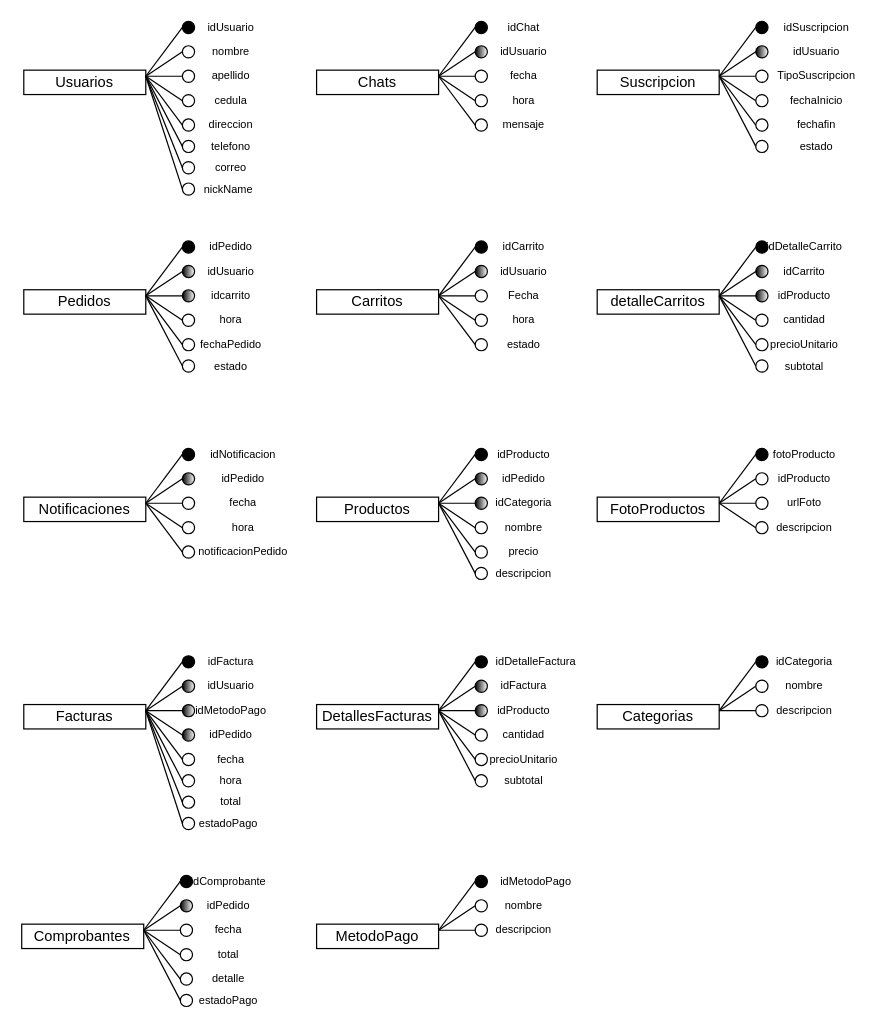
Earlier version of the draw.io diagram BD/merKamiapp.drawio (DarkJ-18/DiagramaClasesKamiapp). Source tidied: cells renumbered, new cells numbered last; positions are measured from the earlier drawing's top-left corner, leaving out a move shared by most shapes. Both pictures are drawn from the tidied source at 122%, with x=0, y=0 at pixel (21, 21).
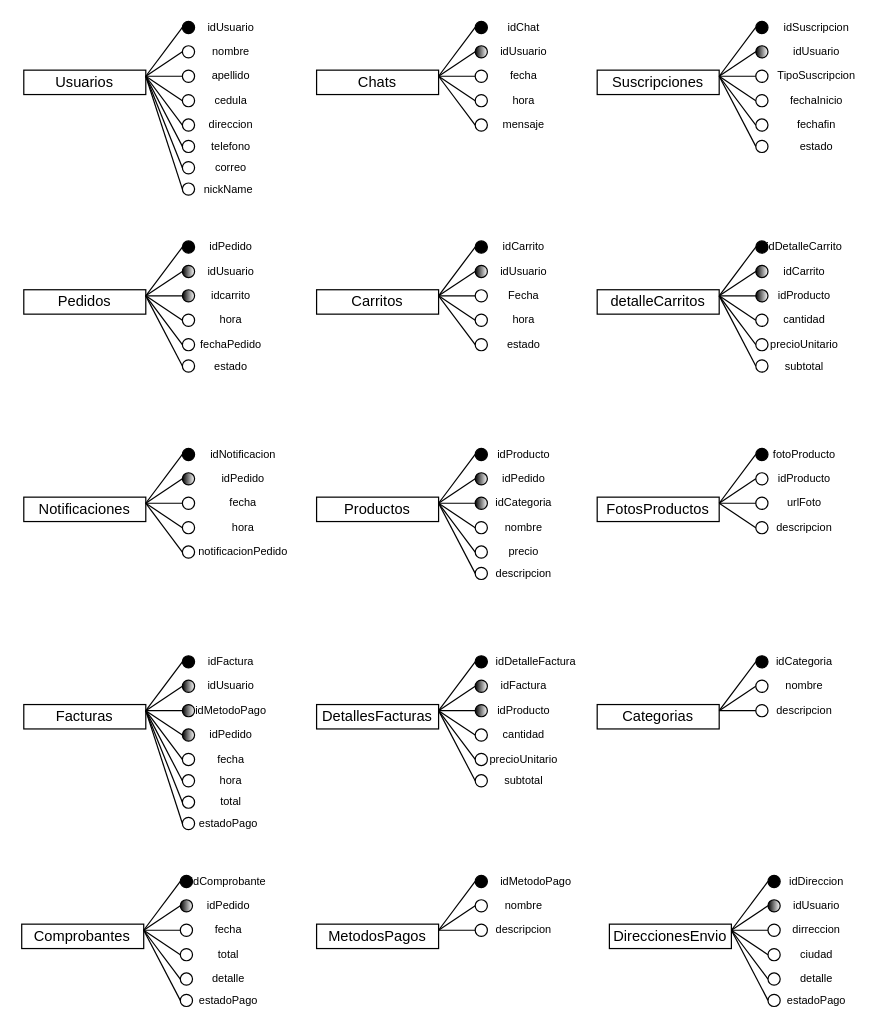
After the change.

Commit message (it also covers changes not shown here):
Actualizar nombres de campos en tabla DireccionesEnvio

Diff of the diagram source:
```diff
@@
-    <mxCell id="45" value="Suscripcion" style="whiteSpace=wrap;html=1;align=center;fillStyle=auto;strokeColor=#000000;fillColor=none;gradientColor=none;gradientDirection=south;" parent="1" vertex="1">
+    <mxCell id="45" value="Suscripciones" style="whiteSpace=wrap;html=1;align=center;fillStyle=auto;strokeColor=#000000;fillColor=none;gradientColor=none;gradientDirection=south;" parent="1" vertex="1">
       <mxGeometry x="472" y="40" width="100" height="20" as="geometry" />
     </mxCell>
@@
-    <mxCell id="159" value="FotoProductos" style="whiteSpace=wrap;html=1;align=center;fillStyle=auto;strokeColor=#000000;fillColor=none;gradientColor=none;gradientDirection=south;" parent="1" vertex="1">
+    <mxCell id="159" value="FotosProductos" style="whiteSpace=wrap;html=1;align=center;fillStyle=auto;strokeColor=#000000;fillColor=none;gradientColor=none;gradientDirection=south;" parent="1" vertex="1">
       <mxGeometry x="472" y="390" width="100" height="20" as="geometry" />
     </mxCell>
@@
-    <mxCell id="249" value="MetodoPago" style="whiteSpace=wrap;html=1;align=center;fillStyle=auto;strokeColor=#000000;fillColor=none;gradientColor=none;gradientDirection=south;" parent="1" vertex="1">
+    <mxCell id="249" value="MetodosPagos" style="whiteSpace=wrap;html=1;align=center;fillStyle=auto;strokeColor=#000000;fillColor=none;gradientColor=none;gradientDirection=south;" parent="1" vertex="1">
       <mxGeometry x="242" y="740" width="100" height="20" as="geometry" />
     </mxCell>
@@
+    <mxCell id="261" value="DireccionesEnvio" style="whiteSpace=wrap;html=1;align=center;fillStyle=auto;strokeColor=#000000;fillColor=none;gradientColor=none;gradientDirection=south;" parent="1" vertex="1">
+      <mxGeometry x="482" y="740" width="100" height="20" as="geometry" />
+    </mxCell>
+    <mxCell id="262" style="edgeStyle=none;html=1;exitX=0;exitY=1;exitDx=0;exitDy=0;strokeColor=#000000;fontSize=9;" parent="1" edge="1" source="263">
+      <mxGeometry relative="1" as="geometry">
+        <mxPoint x="613.3" y="708.7" as="targetPoint" />
+      </mxGeometry>
+    </mxCell>
+    <mxCell id="263" style="ellipse;whiteSpace=wrap;html=1;fillStyle=auto;gradientDirection=south;strokeColor=#000000;fillColor=#000000;" parent="1" vertex="1">
+      <mxGeometry x="612" y="700" width="10" height="10" as="geometry" />
+    </mxCell>
+    <mxCell id="264" style="endArrow=none;html=1;rounded=0;exitX=1;exitY=0.25;exitDx=0;exitDy=0;entryX=0;entryY=0.5;entryDx=0;entryDy=0;strokeColor=#000000;" parent="1" edge="1" source="261" target="263">
+      <mxGeometry relative="1" as="geometry" />
+    </mxCell>
+    <mxCell id="265" style="ellipse;whiteSpace=wrap;html=1;fillStyle=auto;gradientDirection=west;strokeColor=#000000;fillColor=default;gradientColor=default;" parent="1" vertex="1">
+      <mxGeometry x="612" y="720" width="10" height="10" as="geometry" />
+    </mxCell>
+    <mxCell id="266" style="endArrow=none;html=1;rounded=0;exitX=1;exitY=0.25;exitDx=0;exitDy=0;entryX=0;entryY=0.5;entryDx=0;entryDy=0;strokeColor=#000000;" parent="1" edge="1" source="261" target="265">
+      <mxGeometry relative="1" as="geometry" />
+    </mxCell>
+    <mxCell id="267" style="ellipse;whiteSpace=wrap;html=1;fillStyle=auto;gradientDirection=south;strokeColor=#000000;fillColor=none;" parent="1" vertex="1">
+      <mxGeometry x="612" y="740" width="10" height="10" as="geometry" />
+    </mxCell>
+    <mxCell id="268" style="endArrow=none;html=1;rounded=0;exitX=1;exitY=0.25;exitDx=0;exitDy=0;entryX=0;entryY=0.5;entryDx=0;entryDy=0;strokeColor=#000000;" parent="1" edge="1" source="261" target="267">
+      <mxGeometry relative="1" as="geometry" />
+    </mxCell>
+    <mxCell id="269" style="ellipse;whiteSpace=wrap;html=1;fillStyle=auto;gradientDirection=south;strokeColor=#000000;fillColor=none;" parent="1" vertex="1">
+      <mxGeometry x="612" y="760" width="10" height="10" as="geometry" />
+    </mxCell>
+    <mxCell id="270" style="endArrow=none;html=1;rounded=0;exitX=1;exitY=0.25;exitDx=0;exitDy=0;entryX=0;entryY=0.5;entryDx=0;entryDy=0;strokeColor=#000000;" parent="1" edge="1" source="261" target="269">
+      <mxGeometry relative="1" as="geometry" />
+    </mxCell>
+    <mxCell id="271" style="ellipse;whiteSpace=wrap;html=1;fillStyle=auto;gradientDirection=south;strokeColor=#000000;fillColor=none;" parent="1" vertex="1">
+      <mxGeometry x="612" y="780" width="10" height="10" as="geometry" />
+    </mxCell>
+    <mxCell id="272" style="endArrow=none;html=1;rounded=0;exitX=1;exitY=0.25;exitDx=0;exitDy=0;entryX=0;entryY=0.5;entryDx=0;entryDy=0;strokeColor=#000000;" parent="1" edge="1" source="261" target="271">
+      <mxGeometry relative="1" as="geometry" />
+    </mxCell>
+    <mxCell id="273" value="idDireccion" style="text;html=1;strokeColor=none;fillColor=none;align=center;verticalAlign=middle;whiteSpace=wrap;rounded=0;fillStyle=auto;strokeWidth=1;fontSize=9;" parent="1" vertex="1">
+      <mxGeometry x="622" y="700" width="60" height="10" as="geometry" />
+    </mxCell>
+    <mxCell id="274" value="idUsuario" style="text;html=1;strokeColor=none;fillColor=none;align=center;verticalAlign=middle;whiteSpace=wrap;rounded=0;fillStyle=auto;strokeWidth=1;fontSize=9;" parent="1" vertex="1">
+      <mxGeometry x="622" y="720" width="60" height="10" as="geometry" />
+    </mxCell>
+    <mxCell id="275" value="dirreccion" style="text;html=1;strokeColor=none;fillColor=none;align=center;verticalAlign=middle;whiteSpace=wrap;rounded=0;fillStyle=auto;strokeWidth=1;fontSize=9;" parent="1" vertex="1">
+      <mxGeometry x="622" y="740" width="60" height="10" as="geometry" />
+    </mxCell>
+    <mxCell id="276" value="ciudad" style="text;html=1;strokeColor=none;fillColor=none;align=center;verticalAlign=middle;whiteSpace=wrap;rounded=0;fillStyle=auto;strokeWidth=1;fontSize=9;" parent="1" vertex="1">
+      <mxGeometry x="622" y="760" width="60" height="10" as="geometry" />
+    </mxCell>
+    <mxCell id="277" value="detalle" style="text;html=1;strokeColor=none;fillColor=none;align=center;verticalAlign=middle;whiteSpace=wrap;rounded=0;fillStyle=auto;strokeWidth=1;fontSize=9;" parent="1" vertex="1">
+      <mxGeometry x="622" y="780" width="60" height="10" as="geometry" />
+    </mxCell>
+    <mxCell id="278" style="ellipse;whiteSpace=wrap;html=1;fillStyle=auto;gradientDirection=south;strokeColor=#000000;fillColor=none;" parent="1" vertex="1">
+      <mxGeometry x="612" y="797.5" width="10" height="10" as="geometry" />
+    </mxCell>
+    <mxCell id="279" style="endArrow=none;html=1;rounded=0;exitX=1;exitY=0.25;exitDx=0;exitDy=0;entryX=0;entryY=0.5;entryDx=0;entryDy=0;strokeColor=#000000;" parent="1" edge="1" source="261" target="278">
+      <mxGeometry relative="1" as="geometry" />
+    </mxCell>
+    <mxCell id="280" value="estadoPago" style="text;html=1;strokeColor=none;fillColor=none;align=center;verticalAlign=middle;whiteSpace=wrap;rounded=0;fillStyle=auto;strokeWidth=1;fontSize=9;" parent="1" vertex="1">
+      <mxGeometry x="622" y="797.5" width="60" height="10" as="geometry" />
+    </mxCell>
```
